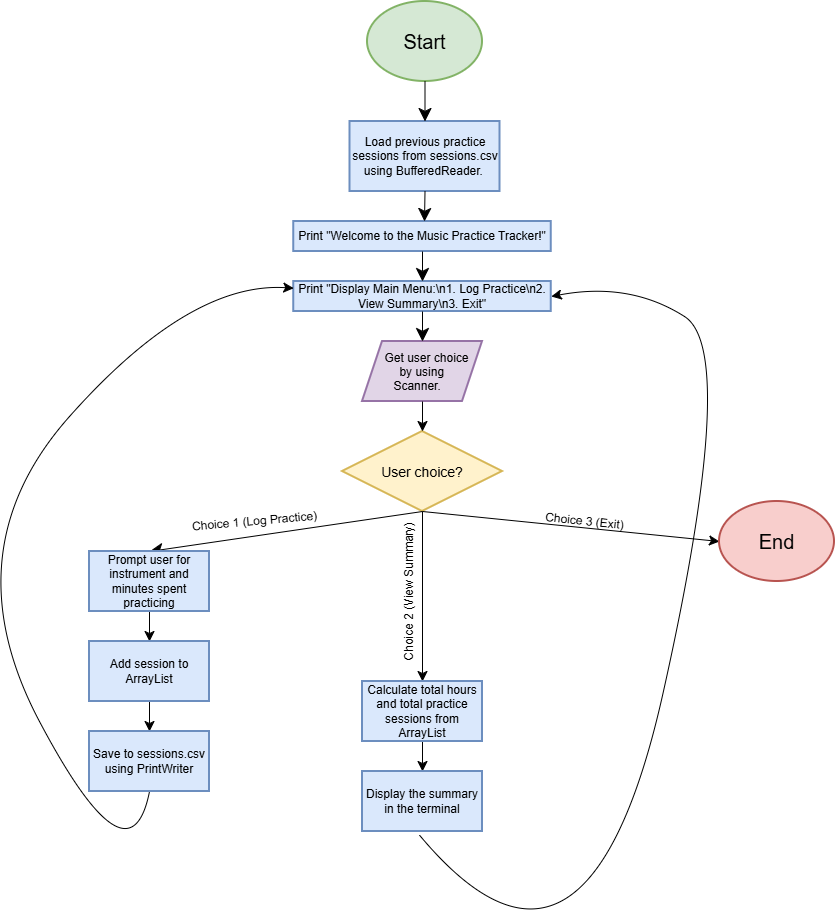
This is docs/System Diagram.png from ritisha-ojha/music-practice-tracker, a draw.io export, as it was before one commit. Source tidied: cells renumbered, new cells last; positions are measured from the earlier drawing's top-left corner, leaving out a move shared by most shapes.
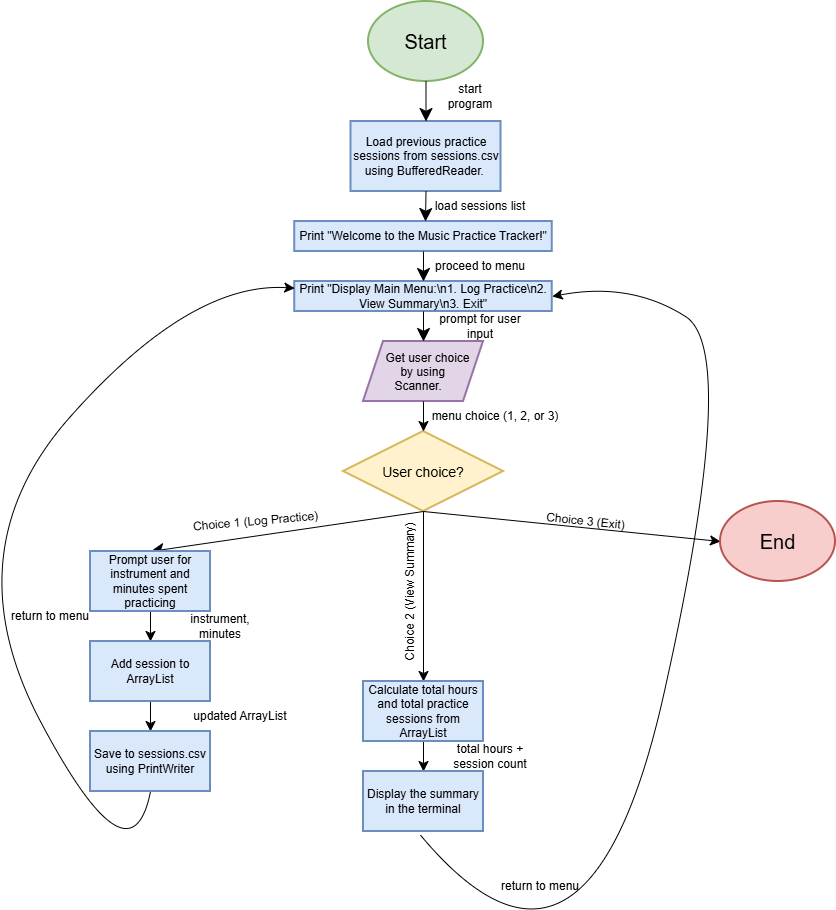
Above is the later version.

Commit message:
Update system diagram with arrow labels.

What changed in the source:
```diff
@@ -103,5 +103,35 @@
     <mxCell id="29" value="Display the summary in the terminal" style="rounded=0;whiteSpace=wrap;html=1;fillColor=#dae8fc;strokeColor=#6c8ebf;strokeWidth=2;" parent="1" vertex="1">
       <mxGeometry x="413" y="770" width="120" height="60" as="geometry" />
     </mxCell>
+    <mxCell id="30" value="start program" style="text;html=1;whiteSpace=wrap;strokeColor=none;fillColor=none;align=center;verticalAlign=middle;rounded=0;rotation=0;" parent="1" vertex="1">
+      <mxGeometry x="490.5" y="80" width="60" height="30" as="geometry" />
+    </mxCell>
+    <mxCell id="31" value="load sessions list" style="text;html=1;whiteSpace=wrap;strokeColor=none;fillColor=none;align=center;verticalAlign=middle;rounded=0;rotation=0;" parent="1" vertex="1">
+      <mxGeometry x="480" y="190" width="99.5" height="30" as="geometry" />
+    </mxCell>
+    <mxCell id="32" value="proceed to menu" style="text;html=1;whiteSpace=wrap;strokeColor=none;fillColor=none;align=center;verticalAlign=middle;rounded=0;rotation=0;" parent="1" vertex="1">
+      <mxGeometry x="480" y="250" width="99.5" height="30" as="geometry" />
+    </mxCell>
+    <mxCell id="33" value="prompt for user input" style="text;html=1;whiteSpace=wrap;strokeColor=none;fillColor=none;align=center;verticalAlign=middle;rounded=0;rotation=0;" parent="1" vertex="1">
+      <mxGeometry x="480" y="310" width="99.5" height="30" as="geometry" />
+    </mxCell>
+    <mxCell id="34" value="menu choice (1, 2, or 3)" style="text;html=1;whiteSpace=wrap;strokeColor=none;fillColor=none;align=center;verticalAlign=middle;rounded=0;rotation=0;" parent="1" vertex="1">
+      <mxGeometry x="475" y="400" width="139.5" height="30" as="geometry" />
+    </mxCell>
+    <mxCell id="35" value="instrument, minutes" style="text;html=1;whiteSpace=wrap;strokeColor=none;fillColor=none;align=center;verticalAlign=middle;rounded=0;rotation=0;" parent="1" vertex="1">
+      <mxGeometry x="220" y="610" width="99.5" height="30" as="geometry" />
+    </mxCell>
+    <mxCell id="36" value="updated ArrayList" style="text;html=1;whiteSpace=wrap;strokeColor=none;fillColor=none;align=center;verticalAlign=middle;rounded=0;rotation=0;" parent="1" vertex="1">
+      <mxGeometry x="240" y="700" width="99.5" height="30" as="geometry" />
+    </mxCell>
+    <mxCell id="37" value="return to menu" style="text;html=1;whiteSpace=wrap;strokeColor=none;fillColor=none;align=center;verticalAlign=middle;rounded=0;rotation=0;" parent="1" vertex="1">
+      <mxGeometry x="50" y="600" width="99.5" height="30" as="geometry" />
+    </mxCell>
+    <mxCell id="38" value="total hours + session count" style="text;html=1;whiteSpace=wrap;strokeColor=none;fillColor=none;align=center;verticalAlign=middle;rounded=0;rotation=0;" parent="1" vertex="1">
+      <mxGeometry x="490" y="740" width="99.5" height="30" as="geometry" />
+    </mxCell>
+    <mxCell id="39" value="return to menu" style="text;html=1;whiteSpace=wrap;strokeColor=none;fillColor=none;align=center;verticalAlign=middle;rounded=0;rotation=0;" parent="1" vertex="1">
+      <mxGeometry x="540" y="870" width="99.5" height="30" as="geometry" />
+    </mxCell>
   </root>
 </mxGraphModel>
```
